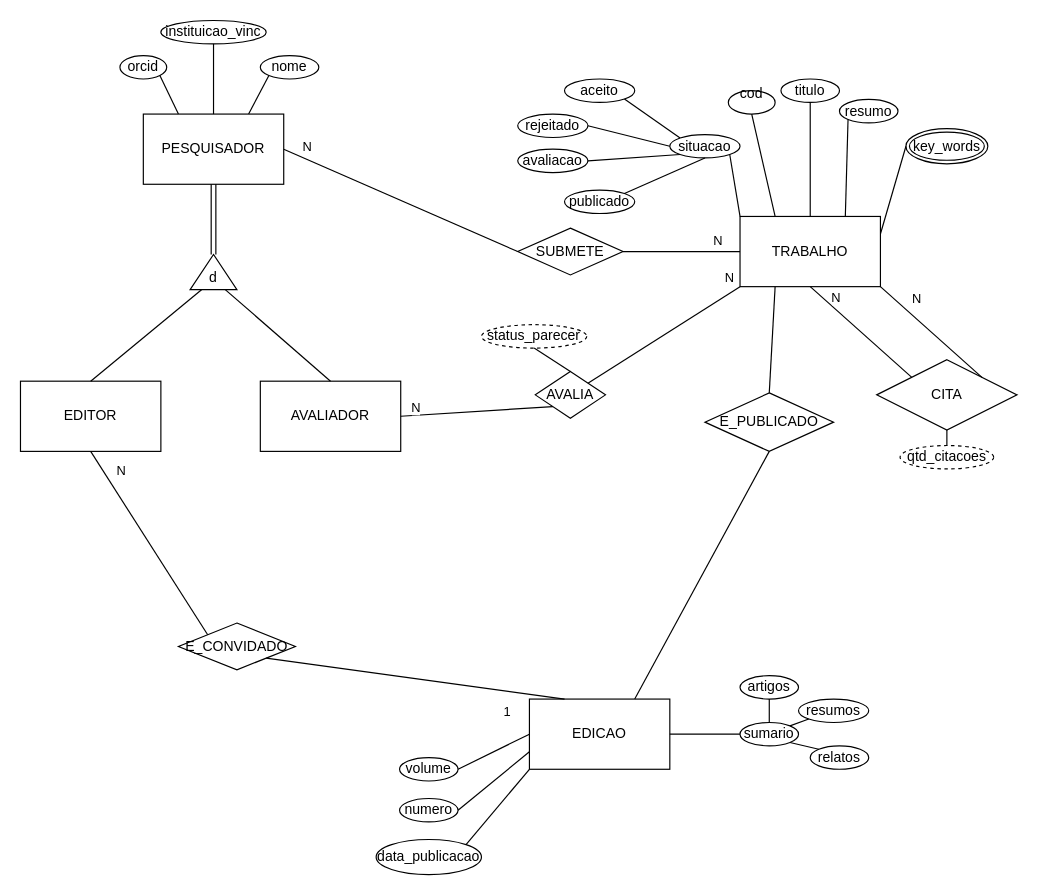
This is Diagrama_simulado_aula.drawio from F4CC0/Database-LBD, a draw.io file, before an edit. Source tidied: cells renumbered, new cells numbered last; positions are measured from the earlier drawing's top-left corner, leaving out a move shared by most shapes. Both pictures are drawn from the tidied source at 117%, with x=0, y=0 at pixel (20, 20).
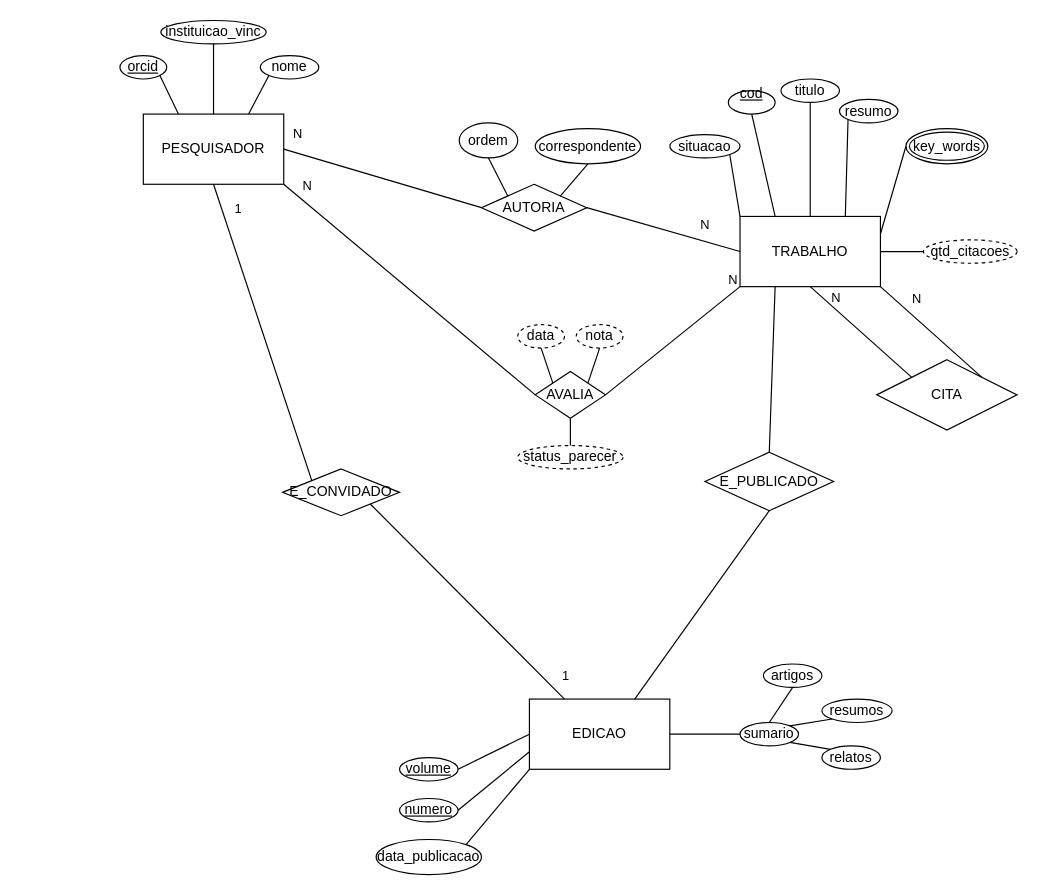
The same page after the edit.

Unchanged cells that the change refers to:
```xml
<mxCell id="2" value="PESQUISADOR" style="rounded=0;whiteSpace=wrap;html=1;" parent="1" vertex="1">
  <mxGeometry x="105" y="80" width="120" height="60" as="geometry" />
</mxCell>
<mxCell id="6" value="TRABALHO" style="rounded=0;whiteSpace=wrap;html=1;" parent="1" vertex="1">
  <mxGeometry x="615" y="167.5" width="120" height="60" as="geometry" />
</mxCell>
<mxCell id="10" value="situacao" style="ellipse;whiteSpace=wrap;html=1;shapeInside=1;" parent="1" vertex="1">
  <mxGeometry x="555" y="97.5" width="60" height="20" as="geometry" />
</mxCell>
<mxCell id="48" value="CITA" style="shape=rhombus;perimeter=rhombusPerimeter;whiteSpace=wrap;html=1;align=center;" parent="1" vertex="1">
  <mxGeometry x="731.8" y="290" width="120" height="60" as="geometry" />
</mxCell>
<mxCell id="68" style="endArrow=none;html=1;rounded=0;entryX=1;entryY=1;entryDx=0;entryDy=0;exitX=0.25;exitY=0;exitDx=0;exitDy=0;" parent="1" edge="1" source="33" target="65">
  <mxGeometry relative="1" as="geometry" />
</mxCell>
<mxCell id="70" value="AVALIA" style="rhombus;whiteSpace=wrap;html=1;shapeInside=1;" parent="1" vertex="1">
  <mxGeometry x="440" y="300" width="60" height="40" as="geometry" />
</mxCell>
```

What changed in the source:
```diff
@@
-    <mxCell id="3" value="orcid" style="ellipse;whiteSpace=wrap;html=1;shapeInside=1;" parent="1" vertex="1">
+    <mxCell id="3" value="&lt;u&gt;orcid&lt;/u&gt;" style="ellipse;whiteSpace=wrap;html=1;shapeInside=1;" parent="1" vertex="1">
       <mxGeometry x="85" y="30" width="40" height="20" as="geometry" />
     </mxCell>
@@
-    <mxCell id="7" value="cod&lt;div&gt;&lt;br/&gt;&lt;/div&gt;" style="ellipse;whiteSpace=wrap;html=1;shapeInside=1;" parent="1" vertex="1">
+    <mxCell id="7" value="&lt;u&gt;cod&lt;/u&gt;&lt;div&gt;&lt;br&gt;&lt;/div&gt;" style="ellipse;whiteSpace=wrap;html=1;shapeInside=1;" parent="1" vertex="1">
       <mxGeometry x="605" y="60" width="40" height="20" as="geometry" />
     </mxCell>
@@
-    <mxCell id="12" value="rejeitado" style="ellipse;whiteSpace=wrap;html=1;align=center;" parent="1" vertex="1">
-      <mxGeometry x="425" y="80" width="60" height="20" as="geometry" />
-    </mxCell>
-    <mxCell id="13" value="aceito" style="ellipse;whiteSpace=wrap;html=1;align=center;" parent="1" vertex="1">
-      <mxGeometry x="465" y="50" width="60" height="20" as="geometry" />
-    </mxCell>
-    <mxCell id="14" value="avaliacao" style="ellipse;whiteSpace=wrap;html=1;align=center;" parent="1" vertex="1">
-      <mxGeometry x="425" y="110" width="60" height="20" as="geometry" />
-    </mxCell>
-    <mxCell id="15" value="publicado" style="ellipse;whiteSpace=wrap;html=1;align=center;" parent="1" vertex="1">
-      <mxGeometry x="465" y="145" width="60" height="20" as="geometry" />
-    </mxCell>
-    <mxCell id="16" style="endArrow=none;html=1;rounded=0;entryX=1;entryY=1;entryDx=0;entryDy=0;exitX=0;exitY=0;exitDx=0;exitDy=0;" parent="1" edge="1" source="10" target="13">
-      <mxGeometry relative="1" as="geometry" />
-    </mxCell>
-    <mxCell id="17" style="endArrow=none;html=1;rounded=0;entryX=1;entryY=0.5;entryDx=0;entryDy=0;exitX=0;exitY=0.5;exitDx=0;exitDy=0;" parent="1" edge="1" source="10" target="12">
-      <mxGeometry relative="1" as="geometry" />
-    </mxCell>
-    <mxCell id="18" style="endArrow=none;html=1;rounded=0;exitX=1;exitY=0.5;exitDx=0;exitDy=0;entryX=0;entryY=1;entryDx=0;entryDy=0;" parent="1" edge="1" source="14" target="10">
-      <mxGeometry relative="1" as="geometry" />
-    </mxCell>
-    <mxCell id="19" style="endArrow=none;html=1;rounded=0;exitX=1;exitY=0;exitDx=0;exitDy=0;entryX=0.5;entryY=1;entryDx=0;entryDy=0;" parent="1" edge="1" source="15" target="10">
-      <mxGeometry relative="1" as="geometry" />
-    </mxCell>
@@
-    <mxCell id="28" value="SUBMETE" style="rhombus;whiteSpace=wrap;html=1;shapeInside=1;" parent="1" vertex="1">
-      <mxGeometry x="425" y="177.5" width="90" height="40" as="geometry" />
+    <mxCell id="28" value="AUTORIA" style="rhombus;whiteSpace=wrap;html=1;shapeInside=1;" parent="1" vertex="1">
+      <mxGeometry x="394" y="140" width="90" height="40" as="geometry" />
     </mxCell>
@@
-    <mxCell id="34" value="volume" style="ellipse;whiteSpace=wrap;html=1;shapeInside=1;" parent="1" vertex="1">
+    <mxCell id="34" value="&lt;u&gt;volume&lt;/u&gt;" style="ellipse;whiteSpace=wrap;html=1;shapeInside=1;" parent="1" vertex="1">
       <mxGeometry x="324" y="630" width="50" height="20" as="geometry" />
     </mxCell>
-    <mxCell id="35" value="numero" style="ellipse;whiteSpace=wrap;html=1;shapeInside=1;" parent="1" vertex="1">
+    <mxCell id="35" value="&lt;u&gt;numero&lt;/u&gt;" style="ellipse;whiteSpace=wrap;html=1;shapeInside=1;" parent="1" vertex="1">
       <mxGeometry x="324" y="665" width="50" height="20" as="geometry" />
     </mxCell>
@@
     <mxCell id="42" value="relatos" style="ellipse;whiteSpace=wrap;html=1;align=center;" parent="1" vertex="1">
-      <mxGeometry x="675" y="620" width="50" height="20" as="geometry" />
+      <mxGeometry x="685" y="620" width="50" height="20" as="geometry" />
     </mxCell>
     <mxCell id="43" value="artigos" style="ellipse;whiteSpace=wrap;html=1;align=center;" parent="1" vertex="1">
-      <mxGeometry x="615" y="560" width="50" height="20" as="geometry" />
+      <mxGeometry x="635" y="550" width="50" height="20" as="geometry" />
     </mxCell>
     <mxCell id="44" value="resumos" style="ellipse;whiteSpace=wrap;html=1;align=center;" parent="1" vertex="1">
-      <mxGeometry x="665" y="580" width="60" height="20" as="geometry" />
+      <mxGeometry x="685" y="580" width="60" height="20" as="geometry" />
     </mxCell>
@@
     <mxCell id="53" value="qtd_citacoes" style="ellipse;whiteSpace=wrap;html=1;align=center;dashed=1;" parent="1" vertex="1">
-      <mxGeometry x="751.8" y="363.3" width="80" height="20" as="geometry" />
+      <mxGeometry x="771.8" y="187.5" width="80" height="20" as="geometry" />
     </mxCell>
-    <mxCell id="54" style="endArrow=none;html=1;rounded=0;entryX=0.5;entryY=1;entryDx=0;entryDy=0;exitX=0.5;exitY=0;exitDx=0;exitDy=0;" parent="1" edge="1" source="53" target="48">
+    <mxCell id="54" style="endArrow=none;html=1;rounded=0;entryX=1;entryY=0.5;entryDx=0;entryDy=0;exitX=0;exitY=0.5;exitDx=0;exitDy=0;" parent="1" edge="1" source="53" target="6">
       <mxGeometry relative="1" as="geometry" />
     </mxCell>
     <mxCell id="55" value="E_PUBLICADO" style="rhombus;whiteSpace=wrap;html=1;shapeInside=1;" parent="1" vertex="1">
-      <mxGeometry x="585" y="318.3" width="110" height="50" as="geometry" />
+      <mxGeometry x="585" y="369" width="110" height="50" as="geometry" />
     </mxCell>
@@
-    <mxCell id="58" value="&lt;div&gt;&lt;br/&gt;&lt;/div&gt;" style="triangle;whiteSpace=wrap;html=1;shapeInside=1;direction=north;" parent="1" vertex="1">
-      <mxGeometry x="145" y="200" width="40" height="30" as="geometry" />
-    </mxCell>
-    <mxCell id="59" value="d" style="text;html=1;whiteSpace=wrap;strokeColor=none;fillColor=none;align=center;verticalAlign=middle;rounded=0;" parent="1" vertex="1">
-      <mxGeometry x="155" y="210" width="20" height="20" as="geometry" />
-    </mxCell>
-    <mxCell id="60" value="EDITOR" style="rounded=0;whiteSpace=wrap;html=1;" parent="1" vertex="1">
-      <mxGeometry y="308.3" width="120" height="60" as="geometry" />
-    </mxCell>
-    <mxCell id="61" value="AVALIADOR" style="rounded=0;whiteSpace=wrap;html=1;" parent="1" vertex="1">
-      <mxGeometry x="205" y="308.3" width="120" height="60" as="geometry" />
-    </mxCell>
-    <mxCell id="62" style="shape=link;html=1;rounded=0;entryX=0.5;entryY=1;entryDx=0;entryDy=0;exitX=1;exitY=0.5;exitDx=0;exitDy=0;" parent="1" edge="1" source="58" target="2">
-      <mxGeometry relative="1" as="geometry" />
-    </mxCell>
-    <mxCell id="63" style="endArrow=none;html=1;rounded=0;exitX=0;exitY=0.75;exitDx=0;exitDy=0;entryX=0.5;entryY=0;entryDx=0;entryDy=0;" parent="1" edge="1" source="58" target="61">
-      <mxGeometry relative="1" as="geometry" />
-    </mxCell>
-    <mxCell id="64" style="endArrow=none;html=1;rounded=0;entryX=0;entryY=1;entryDx=0;entryDy=0;exitX=0.5;exitY=0;exitDx=0;exitDy=0;" parent="1" edge="1" source="60" target="59">
-      <mxGeometry relative="1" as="geometry" />
-    </mxCell>
     <mxCell id="65" value="E_CONVIDADO" style="rhombus;whiteSpace=wrap;html=1;shapeInside=1;" parent="1" vertex="1">
-      <mxGeometry x="135" y="515" width="100" height="40" as="geometry" />
+      <mxGeometry x="224" y="383.3" width="100" height="40" as="geometry" />
     </mxCell>
-    <mxCell id="66" style="endArrow=none;html=1;rounded=0;entryX=0.5;entryY=1;entryDx=0;entryDy=0;exitX=0;exitY=0;exitDx=0;exitDy=0;" parent="1" edge="1" source="65" target="60">
+    <mxCell id="66" style="endArrow=none;html=1;rounded=0;entryX=0.5;entryY=1;entryDx=0;entryDy=0;exitX=0;exitY=0;exitDx=0;exitDy=0;" parent="1" edge="1" source="65" target="2">
       <mxGeometry relative="1" as="geometry" />
     </mxCell>
-    <mxCell id="67" value="N" style="edgeLabel;html=1;align=center;verticalAlign=middle;" parent="66" vertex="1">
-      <mxGeometry x="0.21" relative="1" as="geometry">
-        <mxPoint x="-14" y="-46" as="offset" />
-      </mxGeometry>
-    </mxCell>
+    <mxCell id="77" value="1" style="edgeLabel;html=1;align=center;verticalAlign=middle;" parent="66" vertex="1">
+      <mxGeometry x="0.76" y="3" relative="1" as="geometry">
+        <mxPoint x="13" y="-11" as="offset" />
+      </mxGeometry>
+    </mxCell>
@@
     <mxCell id="69" value="1" style="edgeLabel;html=1;align=center;verticalAlign=middle;" parent="68" vertex="1">
       <mxGeometry x="-0.29" y="1" relative="1" as="geometry">
-        <mxPoint x="41" y="22" as="offset" />
+        <mxPoint x="60" y="38" as="offset" />
       </mxGeometry>
     </mxCell>
@@
-    <mxCell id="71" style="endArrow=none;html=1;rounded=0;entryX=0;entryY=1;entryDx=0;entryDy=0;exitX=1;exitY=0;exitDx=0;exitDy=0;" parent="1" edge="1" source="70" target="6">
+    <mxCell id="71" style="endArrow=none;html=1;rounded=0;entryX=0;entryY=1;entryDx=0;entryDy=0;exitX=1;exitY=0.5;exitDx=0;exitDy=0;" parent="1" edge="1" source="70" target="6">
       <mxGeometry relative="1" as="geometry" />
     </mxCell>
@@
-    <mxCell id="73" style="endArrow=none;html=1;rounded=0;exitX=1;exitY=0.5;exitDx=0;exitDy=0;entryX=0;entryY=1;entryDx=0;entryDy=0;" parent="1" edge="1" source="61" target="70">
-      <mxGeometry relative="1" as="geometry" />
-    </mxCell>
-    <mxCell id="74" value="N" style="edgeLabel;html=1;align=center;verticalAlign=middle;" parent="73" vertex="1">
-      <mxGeometry x="-0.8" y="1" relative="1" as="geometry">
-        <mxPoint y="-6" as="offset" />
-      </mxGeometry>
-    </mxCell>
     <mxCell id="75" value="status_parecer" style="ellipse;whiteSpace=wrap;html=1;align=center;dashed=1;" parent="1" vertex="1">
-      <mxGeometry x="394" y="260" width="90" height="20" as="geometry" />
+      <mxGeometry x="425" y="363.3" width="90" height="20" as="geometry" />
     </mxCell>
-    <mxCell id="76" style="endArrow=none;html=1;rounded=0;entryX=0.5;entryY=1;entryDx=0;entryDy=0;exitX=0.5;exitY=0;exitDx=0;exitDy=0;" parent="1" edge="1" source="70" target="75">
+    <mxCell id="76" style="endArrow=none;html=1;rounded=0;entryX=0.5;entryY=0;entryDx=0;entryDy=0;exitX=0.5;exitY=1;exitDx=0;exitDy=0;" parent="1" edge="1" source="70" target="75">
       <mxGeometry relative="1" as="geometry" />
     </mxCell>
+    <mxCell id="78" value="nota" style="ellipse;whiteSpace=wrap;html=1;align=center;dashed=1;" parent="1" vertex="1">
+      <mxGeometry x="475" y="260" width="40" height="20" as="geometry" />
+    </mxCell>
+    <mxCell id="79" value="data" style="ellipse;whiteSpace=wrap;html=1;align=center;dashed=1;" parent="1" vertex="1">
+      <mxGeometry x="425" y="260" width="40" height="20" as="geometry" />
+    </mxCell>
+    <mxCell id="80" style="endArrow=none;html=1;rounded=0;exitX=0.5;exitY=1;exitDx=0;exitDy=0;entryX=0;entryY=0;entryDx=0;entryDy=0;" parent="1" edge="1" source="79" target="70">
+      <mxGeometry relative="1" as="geometry" />
+    </mxCell>
+    <mxCell id="81" style="endArrow=none;html=1;rounded=0;entryX=0.5;entryY=1;entryDx=0;entryDy=0;exitX=1;exitY=0;exitDx=0;exitDy=0;" parent="1" edge="1" source="70" target="78">
+      <mxGeometry relative="1" as="geometry" />
+    </mxCell>
+    <mxCell id="82" style="endArrow=none;html=1;rounded=0;exitX=1;exitY=1;exitDx=0;exitDy=0;entryX=0;entryY=0.5;entryDx=0;entryDy=0;" parent="1" edge="1" source="2" target="70">
+      <mxGeometry relative="1" as="geometry" />
+    </mxCell>
+    <mxCell id="83" value="N" style="edgeLabel;html=1;align=center;verticalAlign=middle;" parent="82" vertex="1">
+      <mxGeometry x="-0.49" y="4" relative="1" as="geometry">
+        <mxPoint x="-38" y="-43" as="offset" />
+      </mxGeometry>
+    </mxCell>
+    <mxCell id="84" value="ordem" style="ellipse;whiteSpace=wrap;html=1;shapeInside=1;" parent="1" vertex="1">
+      <mxGeometry x="375" y="87.5" width="50" height="30" as="geometry" />
+    </mxCell>
+    <mxCell id="85" value="correspondente" style="ellipse;whiteSpace=wrap;html=1;shapeInside=1;" parent="1" vertex="1">
+      <mxGeometry x="440" y="92.5" width="90" height="30" as="geometry" />
+    </mxCell>
+    <mxCell id="86" style="endArrow=none;html=1;rounded=0;entryX=0.5;entryY=1;entryDx=0;entryDy=0;exitX=1;exitY=0;exitDx=0;exitDy=0;" parent="1" edge="1" source="28" target="85">
+      <mxGeometry relative="1" as="geometry" />
+    </mxCell>
+    <mxCell id="87" style="endArrow=none;html=1;rounded=0;entryX=0.5;entryY=1;entryDx=0;entryDy=0;exitX=0;exitY=0;exitDx=0;exitDy=0;" parent="1" edge="1" source="28" target="84">
+      <mxGeometry relative="1" as="geometry" />
+    </mxCell>
```
